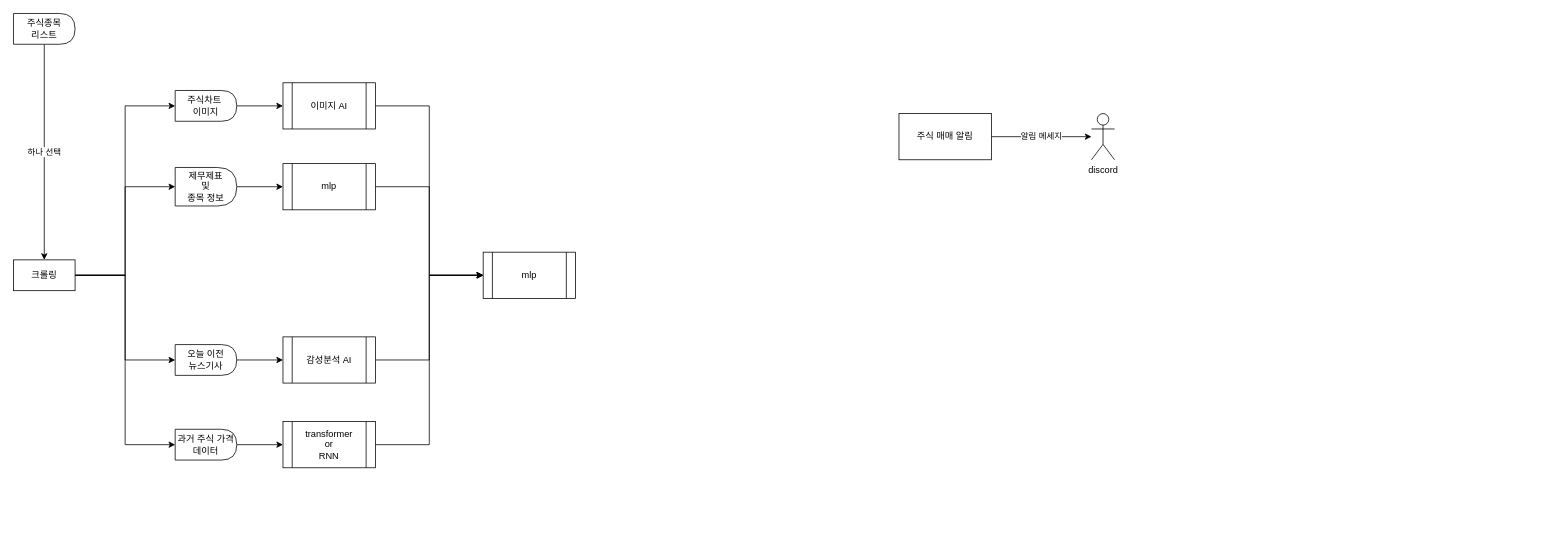
Above: 주식자동매매.drawio in srejis/stock_auto (draw.io), before the change. Source tidied: cells renumbered, new cells numbered last; positions are measured from the earlier drawing's top-left corner, leaving out a move shared by most shapes. Both pictures are drawn from the tidied source at 77%, with x=0, y=0 at pixel (13, 13).
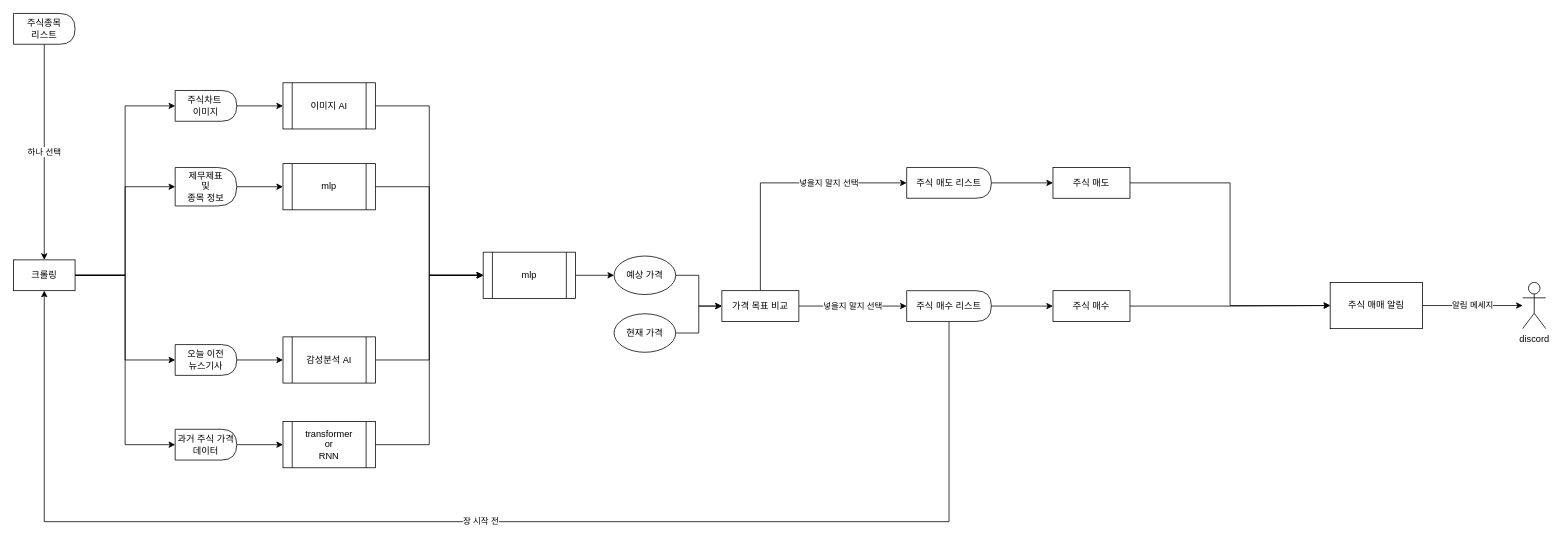
Above is the later version.

Commit message:
주식자동매매_전체시각화.drawio 업데이트

Unchanged cells that the change refers to:
```xml
<mxCell id="20" value="mlp" style="shape=process;whiteSpace=wrap;html=1;backgroundOutline=1;" parent="1" vertex="1">
  <mxGeometry x="610" y="310" width="120" height="60" as="geometry" />
</mxCell>
<mxCell id="29" value="크롤링" style="rounded=0;whiteSpace=wrap;html=1;" parent="1" vertex="1">
  <mxGeometry y="320" width="80" height="40" as="geometry" />
</mxCell>
```

The edit, as a diff of the source:
```diff
@@
     <mxCell id="2" value="discord" style="shape=umlActor;verticalLabelPosition=bottom;verticalAlign=top;html=1;outlineConnect=0;" parent="1" vertex="1">
-      <mxGeometry x="1400" y="130" width="30" height="60" as="geometry" />
+      <mxGeometry x="1960" y="349.3" width="30" height="60" as="geometry" />
     </mxCell>
@@
     <mxCell id="4" value="주식 매매 알림" style="rounded=0;whiteSpace=wrap;html=1;" parent="1" vertex="1">
-      <mxGeometry x="1150" y="130" width="120" height="60" as="geometry" />
+      <mxGeometry x="1710" y="349.3" width="120" height="60" as="geometry" />
     </mxCell>
@@
+    <mxCell id="30" style="edgeStyle=orthogonalEdgeStyle;rounded=0;jettySize=auto;html=1;exitX=1;exitY=0.5;exitDx=0;exitDy=0;" parent="1" edge="1" source="20" target="34">
+      <mxGeometry relative="1" as="geometry" />
+    </mxCell>
@@
+    <mxCell id="31" style="edgeStyle=orthogonalEdgeStyle;rounded=0;jettySize=auto;html=1;exitX=1;exitY=0.5;exitDx=0;exitDy=0;entryX=0;entryY=0.5;entryDx=0;entryDy=0;" parent="1" edge="1" source="32" target="37">
+      <mxGeometry relative="1" as="geometry" />
+    </mxCell>
+    <mxCell id="32" value="현재 가격" style="ellipse;whiteSpace=wrap;html=1;" parent="1" vertex="1">
+      <mxGeometry x="780" y="390" width="80" height="50" as="geometry" />
+    </mxCell>
+    <mxCell id="33" style="edgeStyle=orthogonalEdgeStyle;rounded=0;jettySize=auto;html=1;exitX=1;exitY=0.5;exitDx=0;exitDy=0;entryX=0;entryY=0.5;entryDx=0;entryDy=0;" parent="1" edge="1" source="34" target="37">
+      <mxGeometry relative="1" as="geometry" />
+    </mxCell>
+    <mxCell id="34" value="예상 가격" style="ellipse;whiteSpace=wrap;html=1;" parent="1" vertex="1">
+      <mxGeometry x="780" y="315" width="80" height="50" as="geometry" />
+    </mxCell>
+    <mxCell id="35" value="넣을지 말지 선택" style="edgeStyle=orthogonalEdgeStyle;rounded=0;jettySize=auto;html=1;exitX=1;exitY=0.5;exitDx=0;exitDy=0;entryX=0;entryY=0.5;entryDx=0;entryDy=0;" parent="1" edge="1" source="37" target="40">
+      <mxGeometry relative="1" as="geometry" />
+    </mxCell>
+    <mxCell id="36" value="넣을지 말지 선택" style="edgeStyle=orthogonalEdgeStyle;rounded=0;jettySize=auto;html=1;exitX=0.5;exitY=0;exitDx=0;exitDy=0;entryX=0;entryY=0.5;entryDx=0;entryDy=0;" parent="1" edge="1" source="37" target="44">
+      <mxGeometry x="0.39" relative="1" as="geometry" />
+    </mxCell>
+    <mxCell id="37" value="가격 목표 비교" style="rounded=0;whiteSpace=wrap;html=1;" parent="1" vertex="1">
+      <mxGeometry x="920" y="360" width="100" height="40" as="geometry" />
+    </mxCell>
+    <mxCell id="38" style="edgeStyle=orthogonalEdgeStyle;rounded=0;jettySize=auto;html=1;exitX=1;exitY=0.5;exitDx=0;exitDy=0;entryX=0;entryY=0.5;entryDx=0;entryDy=0;" parent="1" edge="1" source="40" target="42">
+      <mxGeometry relative="1" as="geometry" />
+    </mxCell>
+    <mxCell id="39" value="장 시작 전" style="edgeStyle=orthogonalEdgeStyle;rounded=0;jettySize=auto;html=1;entryX=0.5;entryY=1;entryDx=0;entryDy=0;" parent="1" edge="1" source="40" target="29">
+      <mxGeometry relative="1" as="geometry">
+        <Array as="points">
+          <mxPoint x="1215" y="660" />
+          <mxPoint x="40" y="660" />
+        </Array>
+      </mxGeometry>
+    </mxCell>
+    <mxCell id="40" value="주식 매수 리스트" style="shape=delay;whiteSpace=wrap;html=1;" parent="1" vertex="1">
+      <mxGeometry x="1160" y="360" width="110" height="40" as="geometry" />
+    </mxCell>
+    <mxCell id="41" style="edgeStyle=orthogonalEdgeStyle;rounded=0;jettySize=auto;html=1;exitX=1;exitY=0.5;exitDx=0;exitDy=0;entryX=0;entryY=0.5;entryDx=0;entryDy=0;" parent="1" edge="1" source="42" target="4">
+      <mxGeometry relative="1" as="geometry" />
+    </mxCell>
+    <mxCell id="42" value="주식 매수" style="rounded=0;whiteSpace=wrap;html=1;" parent="1" vertex="1">
+      <mxGeometry x="1350" y="360" width="100" height="40" as="geometry" />
+    </mxCell>
+    <mxCell id="43" style="edgeStyle=orthogonalEdgeStyle;rounded=0;jettySize=auto;html=1;exitX=1;exitY=0.5;exitDx=0;exitDy=0;entryX=0;entryY=0.5;entryDx=0;entryDy=0;" parent="1" edge="1" source="44" target="46">
+      <mxGeometry relative="1" as="geometry" />
+    </mxCell>
+    <mxCell id="44" value="주식 매도 리스트" style="shape=delay;whiteSpace=wrap;html=1;" parent="1" vertex="1">
+      <mxGeometry x="1160" y="200" width="110" height="40" as="geometry" />
+    </mxCell>
+    <mxCell id="45" style="edgeStyle=orthogonalEdgeStyle;rounded=0;jettySize=auto;html=1;exitX=1;exitY=0.5;exitDx=0;exitDy=0;entryX=0;entryY=0.5;entryDx=0;entryDy=0;" parent="1" edge="1" source="46" target="4">
+      <mxGeometry relative="1" as="geometry" />
+    </mxCell>
+    <mxCell id="46" value="주식 매도" style="rounded=0;whiteSpace=wrap;html=1;" parent="1" vertex="1">
+      <mxGeometry x="1350" y="200" width="100" height="40" as="geometry" />
+    </mxCell>
```
